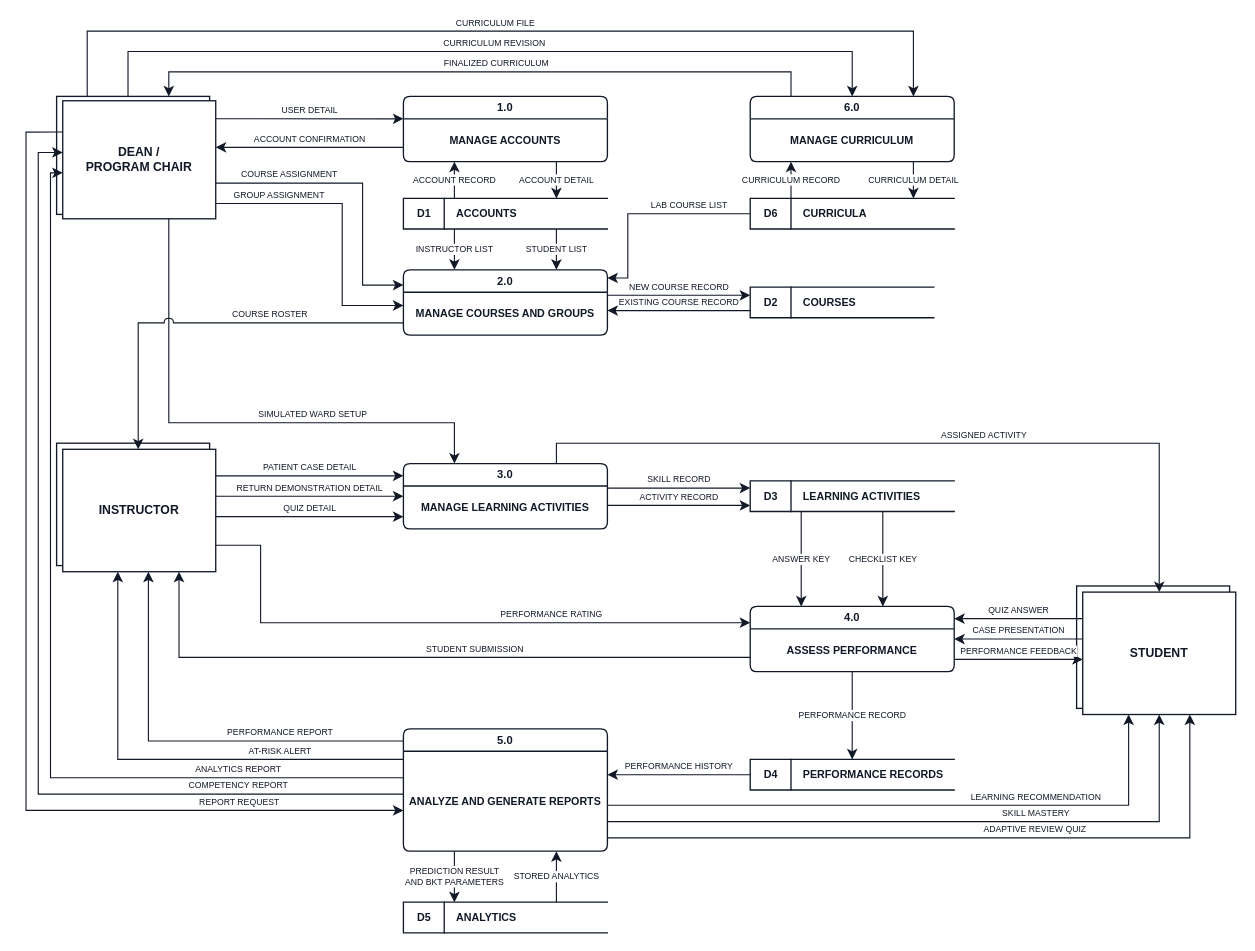
Before: docs/diagrams/data-flow-diagram.drawio in mdk-zero/icare, a draw.io diagram. Source tidied: cells renumbered, new cells numbered last; positions are measured from the earlier drawing's top-left corner, leaving out a move shared by most shapes. Both pictures are drawn from the tidied source at 102%, with x=0, y=0 at pixel (26, 31).
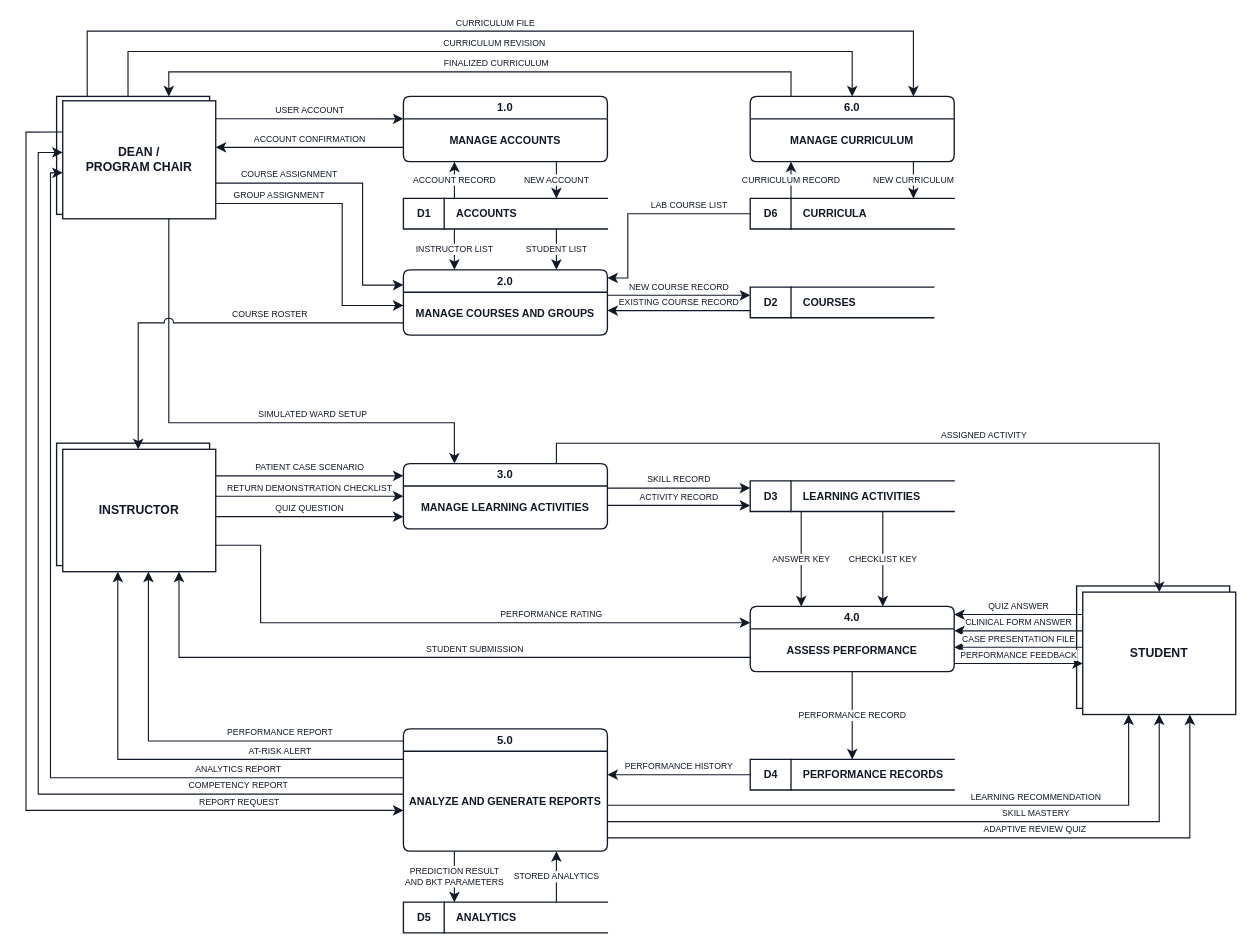
After the change.

The change refers to these unchanged cells:
```xml
<mxCell id="2" value="1.0" style="swimlane;rounded=1;arcSize=10;startSize=22;html=1;whiteSpace=wrap;fillColor=#ffffff;swimlaneFillColor=#ffffff;strokeColor=#111827;strokeWidth=1.3;fontSize=11;fontStyle=1;fontColor=#111827;fontFamily=Helvetica;" parent="1" vertex="1">
  <mxGeometry x="370" y="64" width="200" height="64" as="geometry" />
</mxCell>
<mxCell id="6" value="3.0" style="swimlane;rounded=1;arcSize=10;startSize=22;html=1;whiteSpace=wrap;fillColor=#ffffff;swimlaneFillColor=#ffffff;strokeColor=#111827;strokeWidth=1.3;fontSize=11;fontStyle=1;fontColor=#111827;fontFamily=Helvetica;" parent="1" vertex="1">
  <mxGeometry x="370" y="424" width="200" height="64" as="geometry" />
</mxCell>
<mxCell id="8" value="4.0" style="swimlane;rounded=1;arcSize=10;startSize=22;html=1;whiteSpace=wrap;fillColor=#ffffff;swimlaneFillColor=#ffffff;strokeColor=#111827;strokeWidth=1.3;fontSize=11;fontStyle=1;fontColor=#111827;fontFamily=Helvetica;" parent="1" vertex="1">
  <mxGeometry x="710" y="564" width="200" height="64" as="geometry" />
</mxCell>
<mxCell id="12" value="ACCOUNTS" style="shape=partialRectangle;right=0;html=1;whiteSpace=wrap;align=left;spacingLeft=50;fillColor=#ffffff;strokeColor=#111827;strokeWidth=1.3;fontSize=10.5;fontStyle=1;fontColor=#111827;fontFamily=Helvetica;" parent="1" vertex="1">
  <mxGeometry x="370" y="164" width="200" height="30" as="geometry" />
</mxCell>
<mxCell id="22" value="6.0" style="swimlane;rounded=1;arcSize=10;startSize=22;html=1;whiteSpace=wrap;fillColor=#ffffff;swimlaneFillColor=#ffffff;strokeColor=#111827;strokeWidth=1.3;fontSize=11;fontStyle=1;fontColor=#111827;fontFamily=Helvetica;" parent="1" vertex="1">
  <mxGeometry x="710" y="64" width="200" height="64" as="geometry" />
</mxCell>
<mxCell id="24" value="CURRICULA" style="shape=partialRectangle;right=0;html=1;whiteSpace=wrap;align=left;spacingLeft=50;fillColor=#ffffff;strokeColor=#111827;strokeWidth=1.3;fontSize=10.5;fontStyle=1;fontColor=#111827;fontFamily=Helvetica;" parent="1" vertex="1">
  <mxGeometry x="710" y="164" width="200" height="30" as="geometry" />
</mxCell>
<mxCell id="28" value="DEAN / &lt;br&gt;PROGRAM CHAIR" style="rounded=0;html=1;whiteSpace=wrap;fillColor=#ffffff;strokeColor=#111827;strokeWidth=1.3;fontFamily=Helvetica;fontSize=12;fontStyle=1;fontColor=#111827;" parent="26" vertex="1">
  <mxGeometry x="6" y="4.3" width="150" height="115.7" as="geometry" />
</mxCell>
<mxCell id="31" value="INSTRUCTOR" style="rounded=0;html=1;whiteSpace=wrap;fillColor=#ffffff;strokeColor=#111827;strokeWidth=1.3;fontFamily=Helvetica;fontSize=12;fontStyle=1;fontColor=#111827;" parent="29" vertex="1">
  <mxGeometry x="6" y="6" width="150" height="120" as="geometry" />
</mxCell>
<mxCell id="34" value="STUDENT" style="rounded=0;html=1;whiteSpace=wrap;fillColor=#ffffff;strokeColor=#111827;strokeWidth=1.3;fontFamily=Helvetica;fontSize=12;fontStyle=1;fontColor=#111827;" parent="32" vertex="1">
  <mxGeometry x="6" y="6" width="150" height="120" as="geometry" />
</mxCell>
```

The edit, as a diff of the source:
```diff
@@
-    <mxCell id="36" value="ACCOUNT DETAIL" style="edgeStyle=orthogonalEdgeStyle;rounded=0;html=1;jumpStyle=arc;jumpSize=9;strokeColor=#111827;strokeWidth=1.1;endArrow=classic;endFill=1;endSize=7;fontSize=8.5;fontColor=#111827;labelBackgroundColor=#ffffff;fontFamily=Helvetica;exitX=0.75;exitY=1.0;exitDx=0;exitDy=0;entryX=0.75;entryY=0.0;entryDx=0;entryDy=0;" parent="1" edge="1" source="2" target="12">
+    <mxCell id="36" value="NEW ACCOUNT" style="edgeStyle=orthogonalEdgeStyle;rounded=0;html=1;jumpStyle=arc;jumpSize=9;strokeColor=#111827;strokeWidth=1.1;endArrow=classic;endFill=1;endSize=7;fontSize=8.5;fontColor=#111827;labelBackgroundColor=#ffffff;fontFamily=Helvetica;exitX=0.75;exitY=1.0;exitDx=0;exitDy=0;entryX=0.75;entryY=0.0;entryDx=0;entryDy=0;" parent="1" edge="1" source="2" target="12">
       <mxGeometry relative="1" as="geometry" />
     </mxCell>
@@
-    <mxCell id="49" value="USER DETAIL" style="edgeStyle=orthogonalEdgeStyle;rounded=0;html=1;jumpStyle=arc;jumpSize=9;strokeColor=#111827;strokeWidth=1.1;endArrow=classic;endFill=1;endSize=7;fontSize=8.5;fontColor=#111827;labelBackgroundColor=#ffffff;fontFamily=Helvetica;exitX=1.0;exitY=0.1527;exitDx=0;exitDy=0;entryX=0.0;entryY=0.3438;entryDx=0;entryDy=0;" parent="1" edge="1" source="28" target="2">
+    <mxCell id="49" value="USER ACCOUNT" style="edgeStyle=orthogonalEdgeStyle;rounded=0;html=1;jumpStyle=arc;jumpSize=9;strokeColor=#111827;strokeWidth=1.1;endArrow=classic;endFill=1;endSize=7;fontSize=8.5;fontColor=#111827;labelBackgroundColor=#ffffff;fontFamily=Helvetica;exitX=1.0;exitY=0.1527;exitDx=0;exitDy=0;entryX=0.0;entryY=0.3438;entryDx=0;entryDy=0;" parent="1" edge="1" source="28" target="2">
       <mxGeometry relative="1" as="geometry">
         <mxPoint y="-8" as="offset" />
       </mxGeometry>
     </mxCell>
@@
-    <mxCell id="58" value="PATIENT CASE DETAIL" style="edgeStyle=orthogonalEdgeStyle;rounded=0;html=1;jumpStyle=arc;jumpSize=9;strokeColor=#111827;strokeWidth=1.1;endArrow=classic;endFill=1;endSize=7;fontSize=8.5;fontColor=#111827;labelBackgroundColor=#ffffff;fontFamily=Helvetica;exitX=1.0;exitY=0.2167;exitDx=0;exitDy=0;entryX=0.0;entryY=0.1875;entryDx=0;entryDy=0;" parent="1" edge="1" source="31" target="6">
+    <mxCell id="58" value="PATIENT CASE SCENARIO" style="edgeStyle=orthogonalEdgeStyle;rounded=0;html=1;jumpStyle=arc;jumpSize=9;strokeColor=#111827;strokeWidth=1.1;endArrow=classic;endFill=1;endSize=7;fontSize=8.5;fontColor=#111827;labelBackgroundColor=#ffffff;fontFamily=Helvetica;exitX=1.0;exitY=0.2167;exitDx=0;exitDy=0;entryX=0.0;entryY=0.1875;entryDx=0;entryDy=0;" parent="1" edge="1" source="31" target="6">
       <mxGeometry relative="1" as="geometry">
         <mxPoint y="-8" as="offset" />
       </mxGeometry>
     </mxCell>
-    <mxCell id="59" value="RETURN DEMONSTRATION DETAIL" style="edgeStyle=orthogonalEdgeStyle;rounded=0;html=1;jumpStyle=arc;jumpSize=9;strokeColor=#111827;strokeWidth=1.1;endArrow=classic;endFill=1;endSize=7;fontSize=8.5;fontColor=#111827;labelBackgroundColor=#ffffff;fontFamily=Helvetica;exitX=1.0;exitY=0.3833;exitDx=0;exitDy=0;entryX=0.0;entryY=0.5;entryDx=0;entryDy=0;" parent="1" edge="1" source="31" target="6">
+    <mxCell id="59" value="RETURN DEMONSTRATION CHECKLIST" style="edgeStyle=orthogonalEdgeStyle;rounded=0;html=1;jumpStyle=arc;jumpSize=9;strokeColor=#111827;strokeWidth=1.1;endArrow=classic;endFill=1;endSize=7;fontSize=8.5;fontColor=#111827;labelBackgroundColor=#ffffff;fontFamily=Helvetica;exitX=1.0;exitY=0.3833;exitDx=0;exitDy=0;entryX=0.0;entryY=0.5;entryDx=0;entryDy=0;" parent="1" edge="1" source="31" target="6">
       <mxGeometry relative="1" as="geometry">
         <mxPoint y="-8" as="offset" />
       </mxGeometry>
     </mxCell>
-    <mxCell id="60" value="QUIZ DETAIL" style="edgeStyle=orthogonalEdgeStyle;rounded=0;html=1;jumpStyle=arc;jumpSize=9;strokeColor=#111827;strokeWidth=1.1;endArrow=classic;endFill=1;endSize=7;fontSize=8.5;fontColor=#111827;labelBackgroundColor=#ffffff;fontFamily=Helvetica;exitX=1.0;exitY=0.55;exitDx=0;exitDy=0;entryX=0.0;entryY=0.8125;entryDx=0;entryDy=0;" parent="1" edge="1" source="31" target="6">
+    <mxCell id="60" value="QUIZ QUESTION" style="edgeStyle=orthogonalEdgeStyle;rounded=0;html=1;jumpStyle=arc;jumpSize=9;strokeColor=#111827;strokeWidth=1.1;endArrow=classic;endFill=1;endSize=7;fontSize=8.5;fontColor=#111827;labelBackgroundColor=#ffffff;fontFamily=Helvetica;exitX=1.0;exitY=0.55;exitDx=0;exitDy=0;entryX=0.0;entryY=0.8125;entryDx=0;entryDy=0;" parent="1" edge="1" source="31" target="6">
       <mxGeometry relative="1" as="geometry">
         <mxPoint y="-8" as="offset" />
       </mxGeometry>
     </mxCell>
@@
-    <mxCell id="66" value="QUIZ ANSWER" style="edgeStyle=orthogonalEdgeStyle;rounded=0;html=1;jumpStyle=arc;jumpSize=9;strokeColor=#111827;strokeWidth=1.1;endArrow=classic;endFill=1;endSize=7;fontSize=8.5;fontColor=#111827;labelBackgroundColor=#ffffff;fontFamily=Helvetica;exitX=0.0;exitY=0.2167;exitDx=0;exitDy=0;entryX=1.0;entryY=0.1875;entryDx=0;entryDy=0;" parent="1" edge="1" source="34" target="8">
+    <mxCell id="66" value="QUIZ ANSWER" style="edgeStyle=orthogonalEdgeStyle;rounded=0;html=1;jumpStyle=arc;jumpSize=9;strokeColor=#111827;strokeWidth=1.1;endArrow=classic;endFill=1;endSize=7;fontSize=8.5;fontColor=#111827;labelBackgroundColor=#ffffff;fontFamily=Helvetica;exitX=0.0;exitY=0.1833;exitDx=0;exitDy=0;entryX=1.0;entryY=0.125;entryDx=0;entryDy=0;" parent="1" edge="1" source="34" target="8">
       <mxGeometry relative="1" as="geometry">
         <mxPoint y="-8" as="offset" />
       </mxGeometry>
     </mxCell>
+    <mxCell id="78" value="CLINICAL FORM ANSWER" style="edgeStyle=orthogonalEdgeStyle;rounded=0;html=1;jumpStyle=arc;jumpSize=9;strokeColor=#111827;strokeWidth=1.1;endArrow=classic;endFill=1;endSize=7;fontSize=8.5;fontColor=#111827;labelBackgroundColor=#ffffff;fontFamily=Helvetica;exitX=0.0;exitY=0.3167;exitDx=0;exitDy=0;entryX=1.0;entryY=0.375;entryDx=0;entryDy=0;" parent="1" edge="1" source="34" target="8">
+      <mxGeometry relative="1" as="geometry">
+        <mxPoint y="-8" as="offset" />
+      </mxGeometry>
+    </mxCell>
-    <mxCell id="67" value="CASE PRESENTATION" style="edgeStyle=orthogonalEdgeStyle;rounded=0;html=1;jumpStyle=arc;jumpSize=9;strokeColor=#111827;strokeWidth=1.1;endArrow=classic;endFill=1;endSize=7;fontSize=8.5;fontColor=#111827;labelBackgroundColor=#ffffff;fontFamily=Helvetica;exitX=0.0;exitY=0.3833;exitDx=0;exitDy=0;entryX=1.0;entryY=0.5;entryDx=0;entryDy=0;" parent="1" edge="1" source="34" target="8">
+    <mxCell id="67" value="CASE PRESENTATION FILE" style="edgeStyle=orthogonalEdgeStyle;rounded=0;html=1;jumpStyle=arc;jumpSize=9;strokeColor=#111827;strokeWidth=1.1;endArrow=classic;endFill=1;endSize=7;fontSize=8.5;fontColor=#111827;labelBackgroundColor=#ffffff;fontFamily=Helvetica;exitX=0.0;exitY=0.45;exitDx=0;exitDy=0;entryX=1.0;entryY=0.625;entryDx=0;entryDy=0;" parent="1" edge="1" source="34" target="8">
       <mxGeometry relative="1" as="geometry">
         <mxPoint y="-8" as="offset" />
       </mxGeometry>
     </mxCell>
-    <mxCell id="68" value="PERFORMANCE FEEDBACK" style="edgeStyle=orthogonalEdgeStyle;rounded=0;html=1;jumpStyle=arc;jumpSize=9;strokeColor=#111827;strokeWidth=1.1;endArrow=classic;endFill=1;endSize=7;fontSize=8.5;fontColor=#111827;labelBackgroundColor=#ffffff;fontFamily=Helvetica;exitX=1.0;exitY=0.8125;exitDx=0;exitDy=0;entryX=0.0;entryY=0.55;entryDx=0;entryDy=0;" parent="1" edge="1" source="8" target="34">
+    <mxCell id="68" value="PERFORMANCE FEEDBACK" style="edgeStyle=orthogonalEdgeStyle;rounded=0;html=1;jumpStyle=arc;jumpSize=9;strokeColor=#111827;strokeWidth=1.1;endArrow=classic;endFill=1;endSize=7;fontSize=8.5;fontColor=#111827;labelBackgroundColor=#ffffff;fontFamily=Helvetica;exitX=1.0;exitY=0.875;exitDx=0;exitDy=0;entryX=0.0;entryY=0.5833;entryDx=0;entryDy=0;" parent="1" edge="1" source="8" target="34">
       <mxGeometry relative="1" as="geometry">
         <mxPoint y="-8" as="offset" />
       </mxGeometry>
     </mxCell>
@@
-    <mxCell id="73" value="CURRICULUM DETAIL" style="edgeStyle=orthogonalEdgeStyle;rounded=0;html=1;jumpStyle=arc;jumpSize=9;strokeColor=#111827;strokeWidth=1.1;endArrow=classic;endFill=1;endSize=7;fontSize=8.5;fontColor=#111827;labelBackgroundColor=#ffffff;fontFamily=Helvetica;exitX=0.8;exitY=1.0;exitDx=0;exitDy=0;entryX=0.8;entryY=0.0;entryDx=0;entryDy=0;" parent="1" edge="1" source="22" target="24">
+    <mxCell id="73" value="NEW CURRICULUM" style="edgeStyle=orthogonalEdgeStyle;rounded=0;html=1;jumpStyle=arc;jumpSize=9;strokeColor=#111827;strokeWidth=1.1;endArrow=classic;endFill=1;endSize=7;fontSize=8.5;fontColor=#111827;labelBackgroundColor=#ffffff;fontFamily=Helvetica;exitX=0.8;exitY=1.0;exitDx=0;exitDy=0;entryX=0.8;entryY=0.0;entryDx=0;entryDy=0;" parent="1" edge="1" source="22" target="24">
       <mxGeometry relative="1" as="geometry" />
     </mxCell>
```
